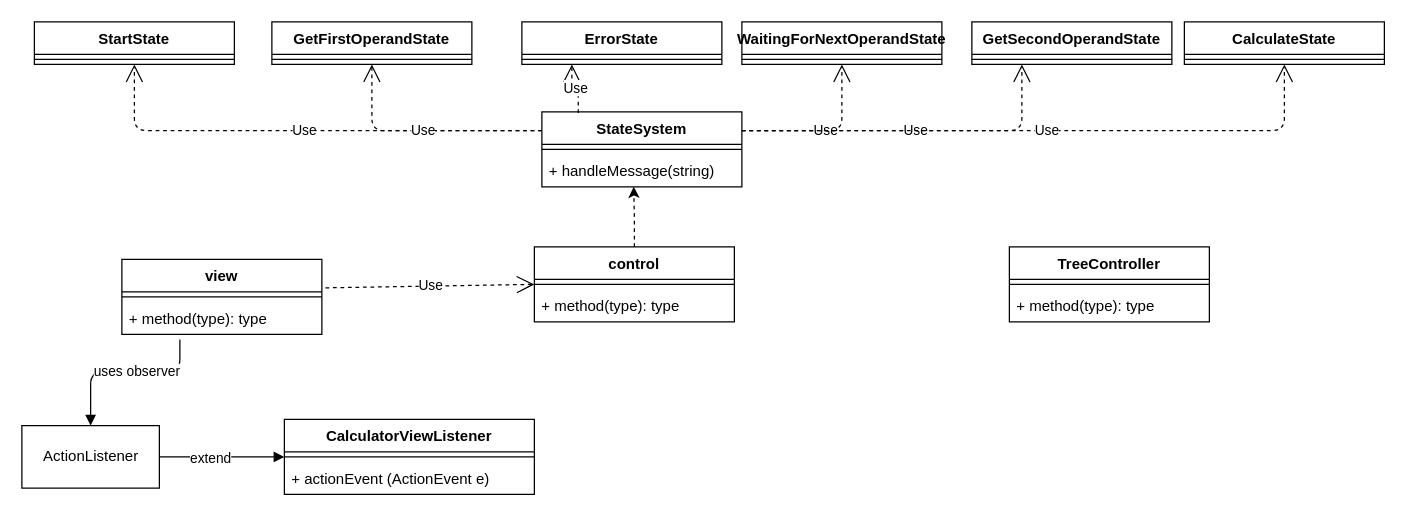
Above: Final Project.drawio in parveshj/SE575 (draw.io), before the change. Source tidied: cells renumbered, new cells numbered last; positions are measured from the earlier drawing's top-left corner, leaving out a move shared by most shapes. Both pictures are drawn from the tidied source at 125%, with x=0, y=0 at pixel (21, 21).
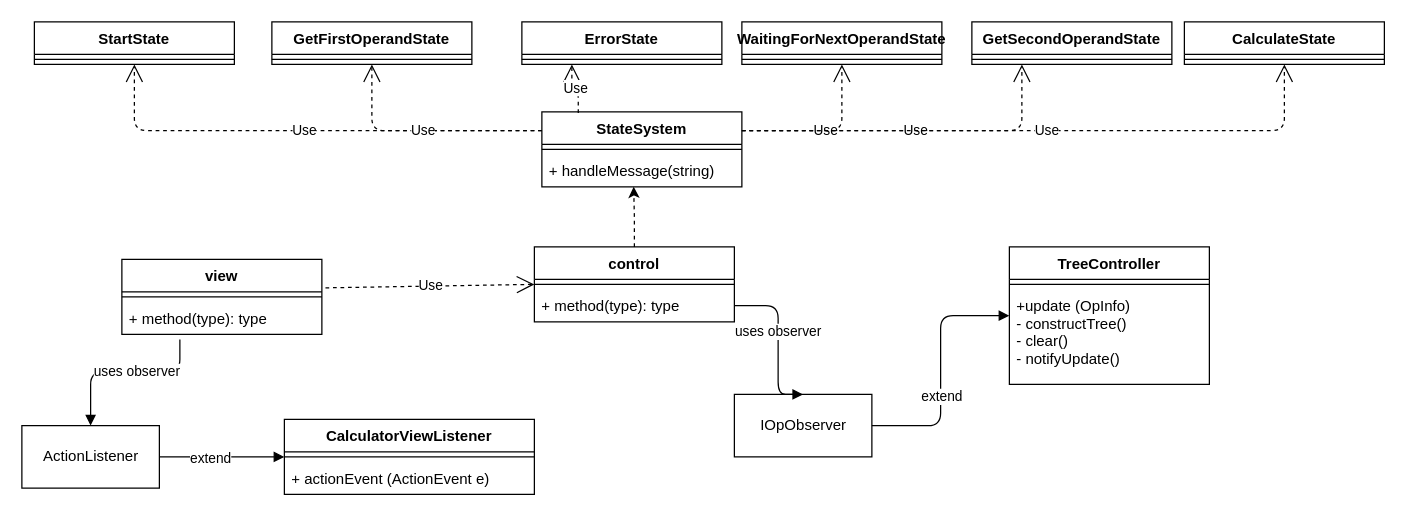
The same diagram, later.

Unchanged cells that the change refers to:
```xml
<mxCell id="5" value="+ method(type): type" style="text;strokeColor=none;fillColor=none;align=left;verticalAlign=top;spacingLeft=4;spacingRight=4;overflow=hidden;points=[[0,0.5],[1,0.5]];portConstraint=eastwest;" parent="3" vertex="1">
  <mxGeometry y="34" width="160" height="26" as="geometry" />
</mxCell>
```

Diff of the diagram source:
```diff
@@
     <mxCell id="39" value="TreeController" style="swimlane;fontStyle=1;align=center;verticalAlign=top;horizontal=1;startSize=26;" parent="1" vertex="1">
-      <mxGeometry x="790" y="180" width="160" height="60" as="geometry" />
+      <mxGeometry x="790" y="180" width="160" height="110" as="geometry" />
     </mxCell>
@@
-    <mxCell id="41" value="+ method(type): type" style="text;strokeColor=none;fillColor=none;align=left;verticalAlign=top;spacingLeft=4;spacingRight=4;overflow=hidden;" parent="39" vertex="1">
-      <mxGeometry y="34" width="160" height="26" as="geometry" />
+    <mxCell id="41" value="+update (OpInfo)&#10;- constructTree()&#10;- clear()&#10;- notifyUpdate()" style="text;strokeColor=none;fillColor=none;align=left;verticalAlign=top;spacingLeft=4;spacingRight=4;overflow=hidden;" parent="39" vertex="1">
+      <mxGeometry y="34" width="160" height="76" as="geometry" />
     </mxCell>
+    <mxCell id="42" value="&lt;span style=&quot;text-align: left&quot;&gt;IOpObserver&lt;/span&gt;" style="html=1;" parent="1" vertex="1">
+      <mxGeometry x="570" y="298" width="110" height="50" as="geometry" />
+    </mxCell>
+    <mxCell id="43" style="endArrow=block;endFill=1;html=1;edgeStyle=orthogonalEdgeStyle;align=left;verticalAlign=top;exitX=1;exitY=0.5;exitDx=0;exitDy=0;entryX=0;entryY=0.5;entryDx=0;entryDy=0;" parent="1" edge="1" source="42" target="39">
+      <mxGeometry x="-1" relative="1" as="geometry" />
+    </mxCell>
+    <mxCell id="44" value="extend" style="edgeLabel;html=1;align=center;verticalAlign=middle;" parent="43" vertex="1">
+      <mxGeometry x="-0.2" relative="1" as="geometry" />
+    </mxCell>
+    <mxCell id="45" style="endArrow=block;endFill=1;html=1;edgeStyle=orthogonalEdgeStyle;align=left;verticalAlign=top;exitX=1;exitY=0.5;exitDx=0;exitDy=0;entryX=0.5;entryY=0;entryDx=0;entryDy=0;" parent="1" edge="1" source="5" target="42">
+      <mxGeometry x="-1" relative="1" as="geometry">
+        <Array as="points">
+          <mxPoint x="605" y="227" />
+        </Array>
+      </mxGeometry>
+    </mxCell>
+    <mxCell id="46" value="uses observer" style="edgeLabel;html=1;align=center;verticalAlign=middle;" parent="45" vertex="1">
+      <mxGeometry x="-0.13" y="-1" relative="1" as="geometry" />
+    </mxCell>
```
